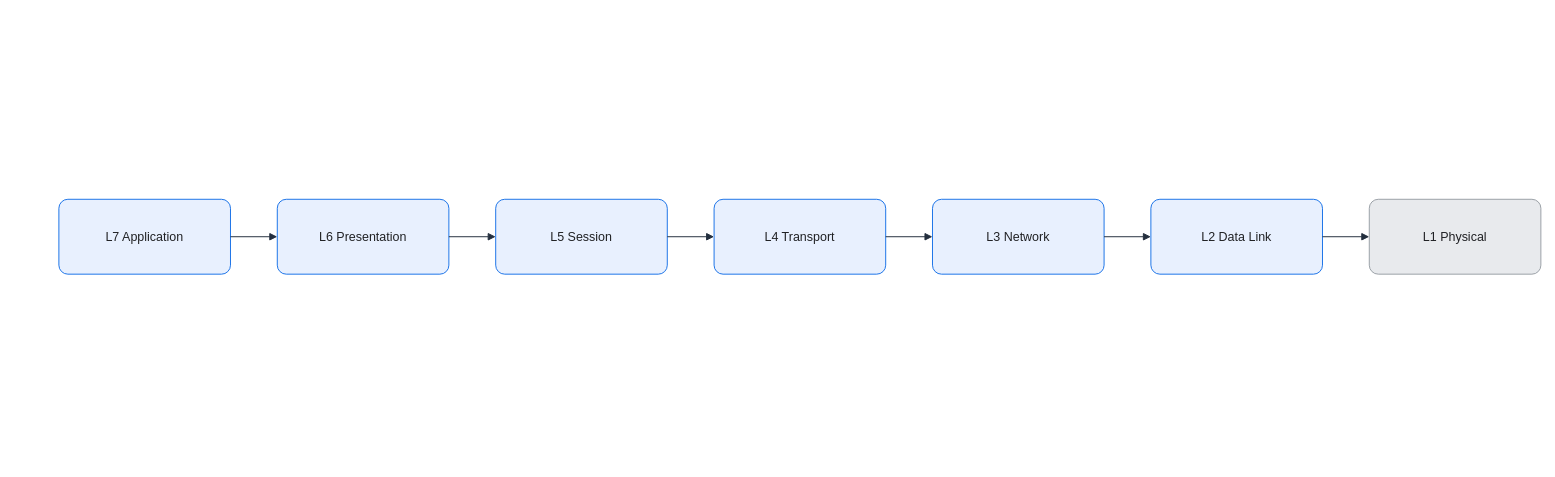
KKamJi98/kkamji98.github.io keeps this draw.io diagram as assets/img/network/osi-seven-layer-stack.drawio. Above is the earlier version. Source tidied: cells renumbered, new cells numbered last; positions are measured from the earlier drawing's top-left corner, leaving out a move shared by most shapes. Both pictures are drawn from the tidied source at 78%, with x=0, y=0 at pixel (58, 199).
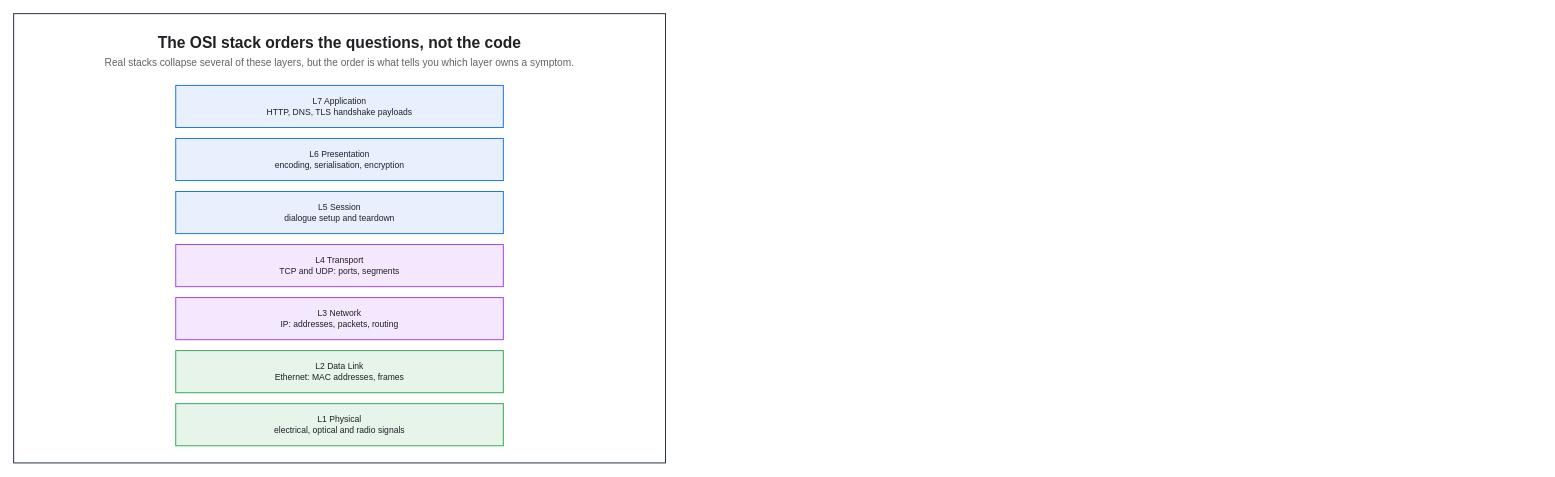
The same diagram, later.

The edit, as a diff of the source:
```diff
@@
 <mxGraphModel background="#FFFFFF">
   <root>
     <mxCell id="0" />
     <mxCell id="1" parent="0" />
-    <mxCell id="2" value="L7 Application" style="rounded=1;arcSize=12;whiteSpace=wrap;html=0;fillColor=#E8F0FE;strokeColor=#1A73E8;strokeWidth=1.25;fontColor=#202124;fontSize=16;align=center;verticalAlign=middle;spacing=8;shadow=0;" parent="1" vertex="1">
-      <mxGeometry width="220" height="96" as="geometry" />
-    </mxCell>
-    <mxCell id="3" value="L6 Presentation" style="rounded=1;arcSize=12;whiteSpace=wrap;html=0;fillColor=#E8F0FE;strokeColor=#1A73E8;strokeWidth=1.25;fontColor=#202124;fontSize=16;align=center;verticalAlign=middle;spacing=8;shadow=0;" parent="1" vertex="1">
-      <mxGeometry x="280" width="220" height="96" as="geometry" />
-    </mxCell>
-    <mxCell id="4" value="L5 Session" style="rounded=1;arcSize=12;whiteSpace=wrap;html=0;fillColor=#E8F0FE;strokeColor=#1A73E8;strokeWidth=1.25;fontColor=#202124;fontSize=16;align=center;verticalAlign=middle;spacing=8;shadow=0;" parent="1" vertex="1">
-      <mxGeometry x="560" width="220" height="96" as="geometry" />
-    </mxCell>
-    <mxCell id="5" value="L4 Transport" style="rounded=1;arcSize=12;whiteSpace=wrap;html=0;fillColor=#E8F0FE;strokeColor=#1A73E8;strokeWidth=1.25;fontColor=#202124;fontSize=16;align=center;verticalAlign=middle;spacing=8;shadow=0;" parent="1" vertex="1">
-      <mxGeometry x="840" width="220" height="96" as="geometry" />
-    </mxCell>
-    <mxCell id="6" value="L3 Network" style="rounded=1;arcSize=12;whiteSpace=wrap;html=0;fillColor=#E8F0FE;strokeColor=#1A73E8;strokeWidth=1.25;fontColor=#202124;fontSize=16;align=center;verticalAlign=middle;spacing=8;shadow=0;" parent="1" vertex="1">
-      <mxGeometry x="1120" width="220" height="96" as="geometry" />
-    </mxCell>
-    <mxCell id="7" value="L2 Data Link" style="rounded=1;arcSize=12;whiteSpace=wrap;html=0;fillColor=#E8F0FE;strokeColor=#1A73E8;strokeWidth=1.25;fontColor=#202124;fontSize=16;align=center;verticalAlign=middle;spacing=8;shadow=0;" parent="1" vertex="1">
-      <mxGeometry x="1400" width="220" height="96" as="geometry" />
-    </mxCell>
-    <mxCell id="8" value="L1 Physical" style="rounded=1;arcSize=12;whiteSpace=wrap;html=0;fillColor=#E8EAED;strokeColor=#9AA0A6;strokeWidth=1.25;fontColor=#202124;fontSize=16;align=center;verticalAlign=middle;spacing=8;shadow=0;" parent="1" vertex="1">
-      <mxGeometry x="1680" width="220" height="96" as="geometry" />
-    </mxCell>
-    <mxCell id="9" style="edgeStyle=orthogonalEdgeStyle;rounded=0;jettySize=auto;html=0;endArrow=block;endFill=1;strokeColor=#232F3E;strokeWidth=1.25;fontColor=#202124;labelBackgroundColor=none;exitX=1;exitY=0.5;exitDx=0;exitDy=0;entryX=0;entryY=0.5;entryDx=0;entryDy=0;endSize=7;" parent="1" edge="1" source="2" target="3">
-      <mxGeometry relative="1" as="geometry" />
-    </mxCell>
-    <mxCell id="10" style="edgeStyle=orthogonalEdgeStyle;rounded=0;jettySize=auto;html=0;endArrow=block;endFill=1;strokeColor=#232F3E;strokeWidth=1.25;fontColor=#202124;labelBackgroundColor=none;exitX=1;exitY=0.5;exitDx=0;exitDy=0;entryX=0;entryY=0.5;entryDx=0;entryDy=0;endSize=7;" parent="1" edge="1" source="3" target="4">
-      <mxGeometry relative="1" as="geometry" />
-    </mxCell>
-    <mxCell id="11" style="edgeStyle=orthogonalEdgeStyle;rounded=0;jettySize=auto;html=0;endArrow=block;endFill=1;strokeColor=#232F3E;strokeWidth=1.25;fontColor=#202124;labelBackgroundColor=none;exitX=1;exitY=0.5;exitDx=0;exitDy=0;entryX=0;entryY=0.5;entryDx=0;entryDy=0;endSize=7;" parent="1" edge="1" source="4" target="5">
-      <mxGeometry relative="1" as="geometry" />
-    </mxCell>
-    <mxCell id="12" style="edgeStyle=orthogonalEdgeStyle;rounded=0;jettySize=auto;html=0;endArrow=block;endFill=1;strokeColor=#232F3E;strokeWidth=1.25;fontColor=#202124;labelBackgroundColor=none;exitX=1;exitY=0.5;exitDx=0;exitDy=0;entryX=0;entryY=0.5;entryDx=0;entryDy=0;endSize=7;" parent="1" edge="1" source="5" target="6">
-      <mxGeometry relative="1" as="geometry" />
-    </mxCell>
-    <mxCell id="13" style="edgeStyle=orthogonalEdgeStyle;rounded=0;jettySize=auto;html=0;endArrow=block;endFill=1;strokeColor=#232F3E;strokeWidth=1.25;fontColor=#202124;labelBackgroundColor=none;exitX=1;exitY=0.5;exitDx=0;exitDy=0;entryX=0;entryY=0.5;entryDx=0;entryDy=0;endSize=7;" parent="1" edge="1" source="6" target="7">
-      <mxGeometry relative="1" as="geometry" />
-    </mxCell>
-    <mxCell id="14" style="edgeStyle=orthogonalEdgeStyle;rounded=0;jettySize=auto;html=0;endArrow=block;endFill=1;strokeColor=#232F3E;strokeWidth=1.25;fontColor=#202124;labelBackgroundColor=none;exitX=1;exitY=0.5;exitDx=0;exitDy=0;entryX=0;entryY=0.5;entryDx=0;entryDy=0;endSize=7;" parent="1" edge="1" source="7" target="8">
-      <mxGeometry relative="1" as="geometry" />
-    </mxCell>
+    <mxCell id="15" style="rounded=0;html=0;fillColor=none;strokeColor=#232F3E;fontColor=#202124;strokeWidth=1.25;" parent="1" vertex="1">
+      <mxGeometry x="-58" y="-238" width="835.7" height="576" as="geometry" />
+    </mxCell>
+    <mxCell id="16" value="The OSI stack orders the questions, not the code" style="text;html=0;whiteSpace=wrap;fillColor=none;strokeColor=none;fontColor=#202124;fontSize=20;fontStyle=1;align=center;verticalAlign=middle;" parent="1" vertex="1">
+      <mxGeometry x="-36" y="-216" width="791.7" height="30" as="geometry" />
+    </mxCell>
+    <mxCell id="17" value="Real stacks collapse several of these layers, but the order is what tells you which layer owns a symptom." style="text;html=0;whiteSpace=wrap;fillColor=none;strokeColor=none;fontColor=#5F6368;fontSize=13;fontStyle=0;align=center;verticalAlign=middle;" parent="1" vertex="1">
+      <mxGeometry x="-36" y="-186" width="791.7" height="22" as="geometry" />
+    </mxCell>
+    <mxCell id="18" value="L7 Application&#10;HTTP, DNS, TLS handshake payloads" style="rounded=0;whiteSpace=wrap;html=0;fillColor=#E8F0FE;strokeColor=#1A73E8;fontColor=#202124;fontSize=11;fontStyle=0;align=center;verticalAlign=middle;spacingLeft=6;spacingRight=6;strokeWidth=1.25;" parent="1" vertex="1">
+      <mxGeometry x="149.8" y="-146" width="420" height="54" as="geometry" />
+    </mxCell>
+    <mxCell id="19" value="L6 Presentation&#10;encoding, serialisation, encryption" style="rounded=0;whiteSpace=wrap;html=0;fillColor=#E8F0FE;strokeColor=#1A73E8;fontColor=#202124;fontSize=11;fontStyle=0;align=center;verticalAlign=middle;spacingLeft=6;spacingRight=6;strokeWidth=1.25;" parent="1" vertex="1">
+      <mxGeometry x="149.8" y="-78" width="420" height="54" as="geometry" />
+    </mxCell>
+    <mxCell id="20" value="L5 Session&#10;dialogue setup and teardown" style="rounded=0;whiteSpace=wrap;html=0;fillColor=#E8F0FE;strokeColor=#1A73E8;fontColor=#202124;fontSize=11;fontStyle=0;align=center;verticalAlign=middle;spacingLeft=6;spacingRight=6;strokeWidth=1.25;" parent="1" vertex="1">
+      <mxGeometry x="149.8" y="-10" width="420" height="54" as="geometry" />
+    </mxCell>
+    <mxCell id="21" value="L4 Transport&#10;TCP and UDP: ports, segments" style="rounded=0;whiteSpace=wrap;html=0;fillColor=#F3E8FD;strokeColor=#A142F4;fontColor=#202124;fontSize=11;fontStyle=0;align=center;verticalAlign=middle;spacingLeft=6;spacingRight=6;strokeWidth=1.25;" parent="1" vertex="1">
+      <mxGeometry x="149.8" y="58" width="420" height="54" as="geometry" />
+    </mxCell>
+    <mxCell id="22" value="L3 Network&#10;IP: addresses, packets, routing" style="rounded=0;whiteSpace=wrap;html=0;fillColor=#F3E8FD;strokeColor=#A142F4;fontColor=#202124;fontSize=11;fontStyle=0;align=center;verticalAlign=middle;spacingLeft=6;spacingRight=6;strokeWidth=1.25;" parent="1" vertex="1">
+      <mxGeometry x="149.8" y="126" width="420" height="54" as="geometry" />
+    </mxCell>
+    <mxCell id="23" value="L2 Data Link&#10;Ethernet: MAC addresses, frames" style="rounded=0;whiteSpace=wrap;html=0;fillColor=#E6F4EA;strokeColor=#34A853;fontColor=#202124;fontSize=11;fontStyle=0;align=center;verticalAlign=middle;spacingLeft=6;spacingRight=6;strokeWidth=1.25;" parent="1" vertex="1">
+      <mxGeometry x="149.8" y="194" width="420" height="54" as="geometry" />
+    </mxCell>
+    <mxCell id="24" value="L1 Physical&#10;electrical, optical and radio signals" style="rounded=0;whiteSpace=wrap;html=0;fillColor=#E6F4EA;strokeColor=#34A853;fontColor=#202124;fontSize=11;fontStyle=0;align=center;verticalAlign=middle;spacingLeft=6;spacingRight=6;strokeWidth=1.25;" parent="1" vertex="1">
+      <mxGeometry x="149.8" y="262" width="420" height="54" as="geometry" />
+    </mxCell>
   </root>
 </mxGraphModel>
```
